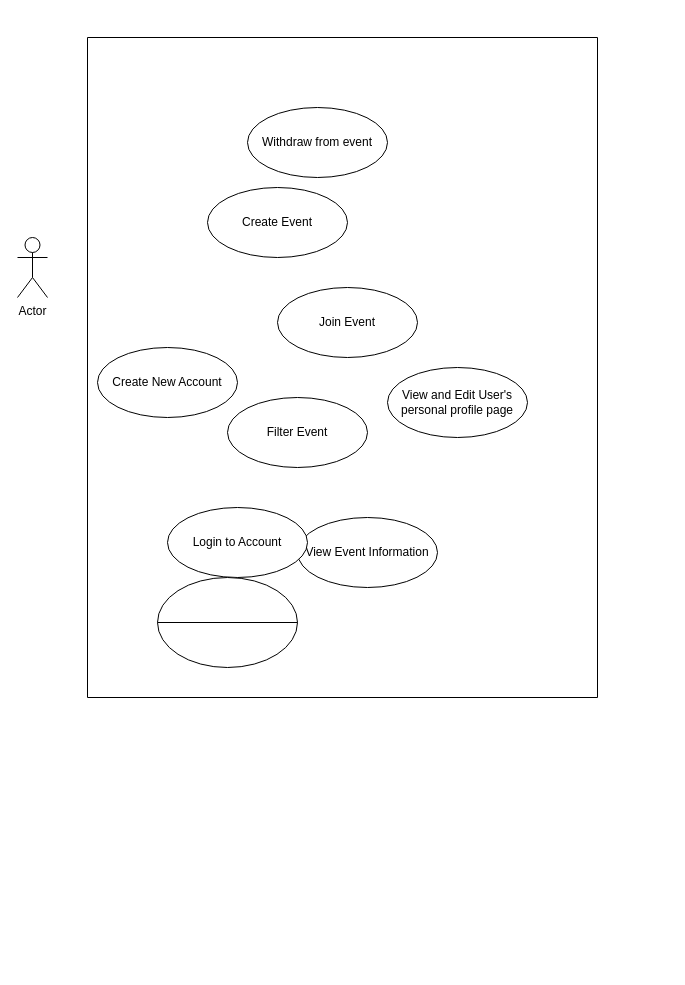
Above: Untitled Diagram.drawio in Tinkybala/basket (draw.io), before the change. Source tidied: cells renumbered, new cells numbered last; positions are measured from the earlier drawing's top-left corner, leaving out a move shared by most shapes. Both pictures are drawn from the tidied source at 100%, with x=0, y=0 at pixel (17, 37).
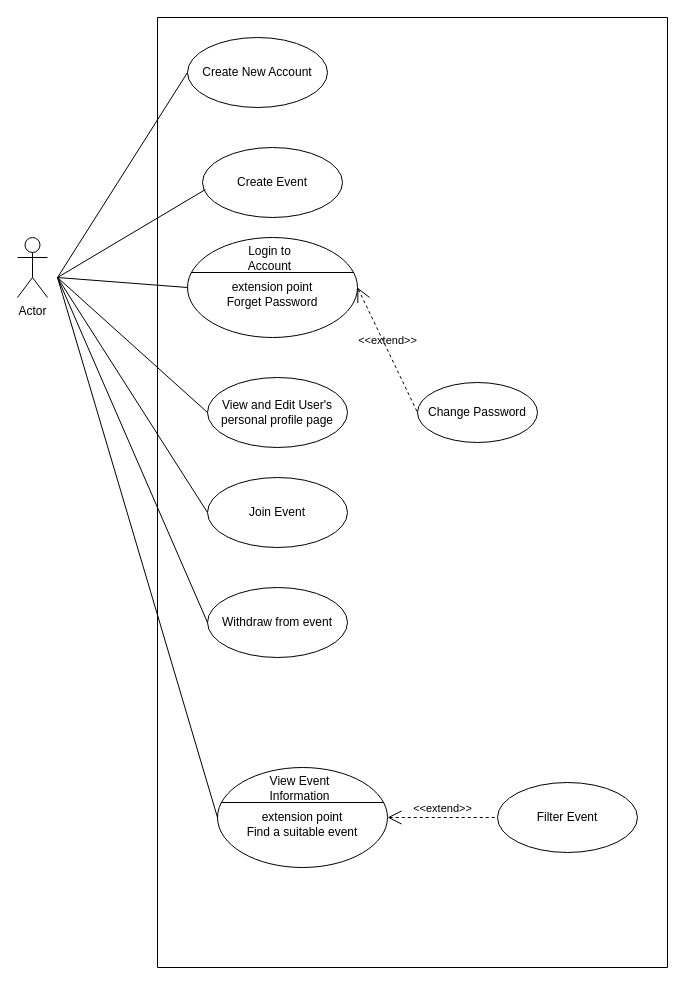
Above is the later version.

Change to the diagram source:
```diff
@@
     <mxCell id="3" style="swimlane;startSize=0;" parent="1" vertex="1">
-      <mxGeometry x="70" width="510" height="660" as="geometry" />
+      <mxGeometry x="140" y="-20" width="510" height="950" as="geometry" />
     </mxCell>
     <mxCell id="4" value="Create New Account" style="ellipse;whiteSpace=wrap;html=1;" parent="3" vertex="1">
-      <mxGeometry x="10" y="310" width="140" height="70" as="geometry" />
+      <mxGeometry x="30" y="20" width="140" height="70" as="geometry" />
     </mxCell>
     <mxCell id="5" value="View and Edit User's personal profile page" style="ellipse;whiteSpace=wrap;html=1;" parent="3" vertex="1">
-      <mxGeometry x="300" y="330" width="140" height="70" as="geometry" />
+      <mxGeometry x="50" y="360" width="140" height="70" as="geometry" />
     </mxCell>
     <mxCell id="6" value="Withdraw from event" style="ellipse;whiteSpace=wrap;html=1;" parent="3" vertex="1">
-      <mxGeometry x="160" y="70" width="140" height="70" as="geometry" />
+      <mxGeometry x="50" y="570" width="140" height="70" as="geometry" />
     </mxCell>
     <mxCell id="7" value="Create Event" style="ellipse;whiteSpace=wrap;html=1;" parent="3" vertex="1">
-      <mxGeometry x="120" y="150" width="140" height="70" as="geometry" />
+      <mxGeometry x="45" y="130" width="140" height="70" as="geometry" />
     </mxCell>
     <mxCell id="8" value="Filter Event" style="ellipse;whiteSpace=wrap;html=1;" parent="3" vertex="1">
-      <mxGeometry x="140" y="360" width="140" height="70" as="geometry" />
+      <mxGeometry x="340" y="765" width="140" height="70" as="geometry" />
     </mxCell>
+    <mxCell id="13" value="&lt;br&gt;extension point&lt;br&gt;&lt;div&gt;Forget Password&lt;/div&gt;" style="html=1;shape=mxgraph.sysml.useCaseExtPt;whiteSpace=wrap;align=center;" parent="3" vertex="1">
+      <mxGeometry x="30" y="220" width="170" height="100" as="geometry" />
+    </mxCell>
+    <mxCell id="10" value="&lt;span style=&quot;font-weight: 400; text-wrap: wrap;&quot;&gt;Login to Account&lt;/span&gt;" style="html=1;verticalAlign=middle;align=center;labelBackgroundColor=none;fontStyle=1;" parent="13" vertex="1">
+      <mxGeometry x="85" y="21.2" as="geometry">
+        <mxPoint x="-4" y="-1" as="offset" />
+      </mxGeometry>
+    </mxCell>
+    <mxCell id="12" value="Join Event" style="ellipse;whiteSpace=wrap;html=1;" parent="3" vertex="1">
+      <mxGeometry x="50" y="460" width="140" height="70" as="geometry" />
+    </mxCell>
+    <mxCell id="14" value="&lt;span style=&quot;font-weight: normal;&quot;&gt;Change Password&lt;/span&gt;" style="shape=ellipse;html=1;strokeWidth=1;fontStyle=1;whiteSpace=wrap;align=center;perimeter=ellipsePerimeter;" parent="3" vertex="1">
+      <mxGeometry x="260" y="365" width="120" height="60" as="geometry" />
+    </mxCell>
+    <mxCell id="15" value="&amp;lt;&amp;lt;extend&amp;gt;&amp;gt;" style="edgeStyle=none;html=1;startArrow=open;endArrow=none;startSize=12;verticalAlign=bottom;dashed=1;labelBackgroundColor=none;rounded=0;exitX=1;exitY=0.5;exitDx=0;exitDy=0;exitPerimeter=0;entryX=0;entryY=0.5;entryDx=0;entryDy=0;" parent="3" edge="1" source="13" target="14">
+      <mxGeometry relative="1" as="geometry" />
+    </mxCell>
+    <mxCell id="16" value="&amp;lt;&amp;lt;extend&amp;gt;&amp;gt;" style="edgeStyle=none;html=1;startArrow=open;endArrow=none;startSize=12;verticalAlign=bottom;dashed=1;labelBackgroundColor=none;rounded=0;exitX=1;exitY=0.5;exitDx=0;exitDy=0;exitPerimeter=0;" parent="3" edge="1" source="17" target="8">
+      <mxGeometry relative="1" as="geometry" />
+    </mxCell>
+    <mxCell id="17" value="&lt;br&gt;extension point&lt;br&gt;&lt;div&gt;Find a suitable event&lt;/div&gt;" style="html=1;shape=mxgraph.sysml.useCaseExtPt;whiteSpace=wrap;align=center;" parent="3" vertex="1">
+      <mxGeometry x="60" y="750" width="170" height="100" as="geometry" />
+    </mxCell>
-    <mxCell id="9" value="View Event Information" style="ellipse;whiteSpace=wrap;html=1;" parent="3" vertex="1">
-      <mxGeometry x="210" y="480" width="140" height="70" as="geometry" />
+    <mxCell id="9" value="&lt;span style=&quot;font-weight: 400; text-wrap: wrap;&quot;&gt;View Event Information&lt;/span&gt;" style="html=1;verticalAlign=middle;align=center;labelBackgroundColor=none;fontStyle=1;" parent="17" vertex="1">
+      <mxGeometry x="85" y="21.2" as="geometry">
+        <mxPoint x="-4" y="-1" as="offset" />
+      </mxGeometry>
     </mxCell>
-    <mxCell id="10" value="Login to Account" style="ellipse;whiteSpace=wrap;html=1;" parent="3" vertex="1">
-      <mxGeometry x="80" y="470" width="140" height="70" as="geometry" />
-    </mxCell>
-    <mxCell id="11" style="shape=lineEllipse;perimeter=ellipsePerimeter;whiteSpace=wrap;html=1;backgroundOutline=1;" parent="3" vertex="1">
-      <mxGeometry x="70" y="540" width="140" height="90" as="geometry" />
-    </mxCell>
-    <mxCell id="12" value="Join Event" style="ellipse;whiteSpace=wrap;html=1;" parent="1" vertex="1">
-      <mxGeometry x="260" y="250" width="140" height="70" as="geometry" />
-    </mxCell>
+    <mxCell id="18" style="edgeStyle=none;html=1;endArrow=none;verticalAlign=bottom;rounded=0;entryX=0;entryY=0.5;entryDx=0;entryDy=0;" parent="1" edge="1" target="4">
+      <mxGeometry relative="1" as="geometry">
+        <mxPoint x="40" y="240" as="sourcePoint" />
+      </mxGeometry>
+    </mxCell>
+    <mxCell id="19" style="edgeStyle=none;html=1;endArrow=none;verticalAlign=bottom;rounded=0;entryX=0;entryY=0.5;entryDx=0;entryDy=0;entryPerimeter=0;" parent="1" edge="1" target="13">
+      <mxGeometry relative="1" as="geometry">
+        <mxPoint x="40" y="240" as="sourcePoint" />
+      </mxGeometry>
+    </mxCell>
+    <mxCell id="20" style="edgeStyle=none;html=1;endArrow=none;verticalAlign=bottom;rounded=0;entryX=0.021;entryY=0.6;entryDx=0;entryDy=0;entryPerimeter=0;" parent="1" edge="1" target="7">
+      <mxGeometry relative="1" as="geometry">
+        <mxPoint x="40" y="240" as="sourcePoint" />
+      </mxGeometry>
+    </mxCell>
+    <mxCell id="21" style="edgeStyle=none;html=1;endArrow=none;verticalAlign=bottom;rounded=0;entryX=0;entryY=0.5;entryDx=0;entryDy=0;" parent="1" edge="1" target="5">
+      <mxGeometry relative="1" as="geometry">
+        <mxPoint x="40" y="240" as="sourcePoint" />
+      </mxGeometry>
+    </mxCell>
+    <mxCell id="22" style="edgeStyle=none;html=1;endArrow=none;verticalAlign=bottom;rounded=0;entryX=0;entryY=0.5;entryDx=0;entryDy=0;" parent="1" edge="1" target="12">
+      <mxGeometry relative="1" as="geometry">
+        <mxPoint x="40" y="240" as="sourcePoint" />
+      </mxGeometry>
+    </mxCell>
+    <mxCell id="23" style="edgeStyle=none;html=1;endArrow=none;verticalAlign=bottom;rounded=0;entryX=0;entryY=0.5;entryDx=0;entryDy=0;" parent="1" edge="1" target="6">
+      <mxGeometry relative="1" as="geometry">
+        <mxPoint x="40" y="240" as="sourcePoint" />
+      </mxGeometry>
+    </mxCell>
+    <mxCell id="24" style="edgeStyle=none;html=1;endArrow=none;verticalAlign=bottom;rounded=0;entryX=0;entryY=0.5;entryDx=0;entryDy=0;entryPerimeter=0;" parent="1" edge="1" target="17">
+      <mxGeometry relative="1" as="geometry">
+        <mxPoint x="40" y="240" as="sourcePoint" />
+      </mxGeometry>
+    </mxCell>
```
